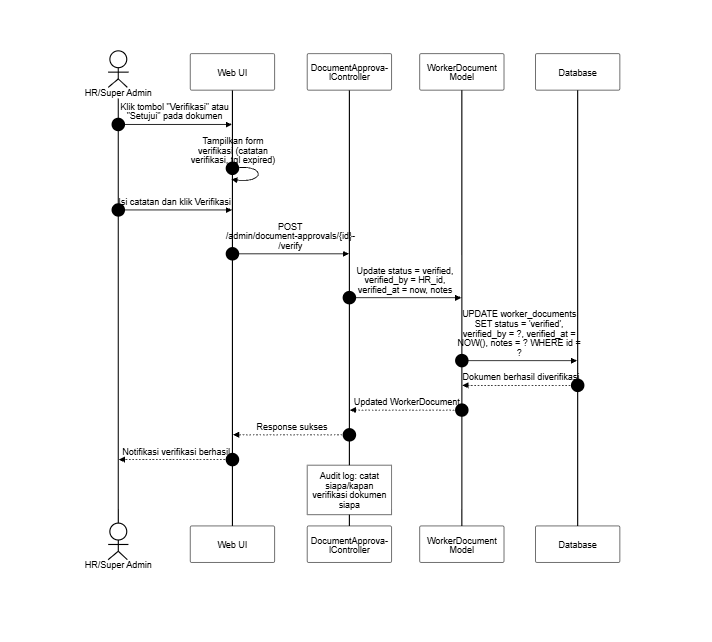
Earlier version of the Mermaid export docs/SequenceDiagram/PNG_Transparent/KelolaDokumen-VerifikasiDokumen.png (SulaimanHafi23/SimpegRSHDI). Its source is kept beside it as docs/SequenceDiagram/KelolaDokumen-VerifikasiDokumen.mermaid.
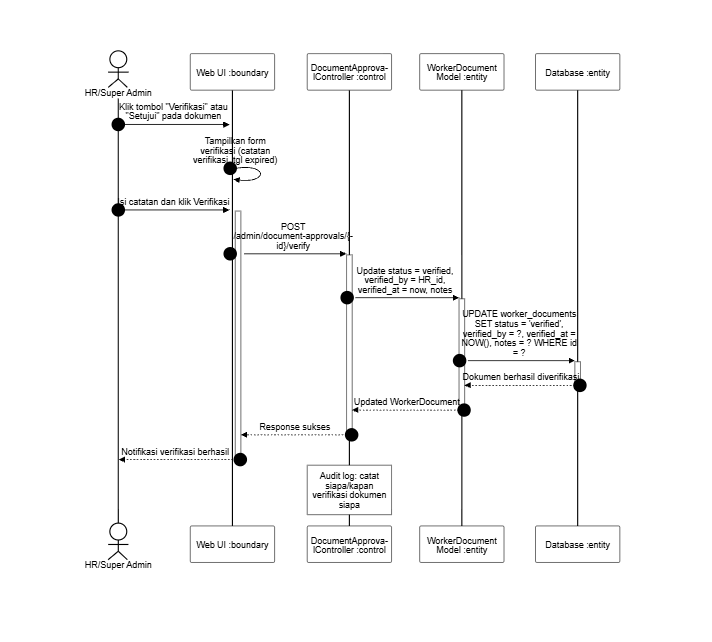
Later version of the same file.

The edit, as a diff of the source:
```diff
@@ -6,19 +6,19 @@
 sequenceDiagram
     autonumber
     actor HR as HR/Super Admin
-    participant UI as Web UI
-    participant C as DocumentApprovalController
-    participant D as WorkerDocument Model
-    participant DB as Database
+    participant UI as Web UI :boundary
+    participant C as DocumentApprovalController :control
+    participant D as WorkerDocument Model :entity
+    participant DB as Database :entity
 
-    HR->>UI: Klik tombol "Verifikasi" atau "Setujui" pada dokumen
-    UI->>UI: Tampilkan form verifikasi (catatan verifikasi, tgl expired)
-    HR->>UI: Isi catatan dan klik Verifikasi
-    UI->>C: POST /admin/document-approvals/{id}/verify
-    C->>D: Update status = verified, verified_by = HR_id, verified_at = now, notes
-    D->>DB: UPDATE worker_documents SET status = 'verified', verified_by = ?, verified_at = NOW(), notes = ? WHERE id = ?
-    DB-->>D: Dokumen berhasil diverifikasi
-    D-->>C: Updated WorkerDocument
-    C-->>UI: Response sukses
-    UI-->>HR: Notifikasi verifikasi berhasil
+    HR->>+UI: Klik tombol "Verifikasi" atau "Setujui" pada dokumen
+    UI->>+UI: Tampilkan form verifikasi (catatan verifikasi, tgl expired)
+    HR->>+UI: Isi catatan dan klik Verifikasi
+    UI->>+C: POST /admin/document-approvals/{id}/verify
+    C->>+D: Update status = verified, verified_by = HR_id, verified_at = now, notes
+    D->>+DB: UPDATE worker_documents SET status = 'verified', verified_by = ?, verified_at = NOW(), notes = ? WHERE id = ?
+    DB-->>-D: Dokumen berhasil diverifikasi
+    D-->>-C: Updated WorkerDocument
+    C-->>-UI: Response sukses
+    UI-->>-HR: Notifikasi verifikasi berhasil
     note over C: Audit log: catat siapa/kapan verifikasi dokumen siapa
```
